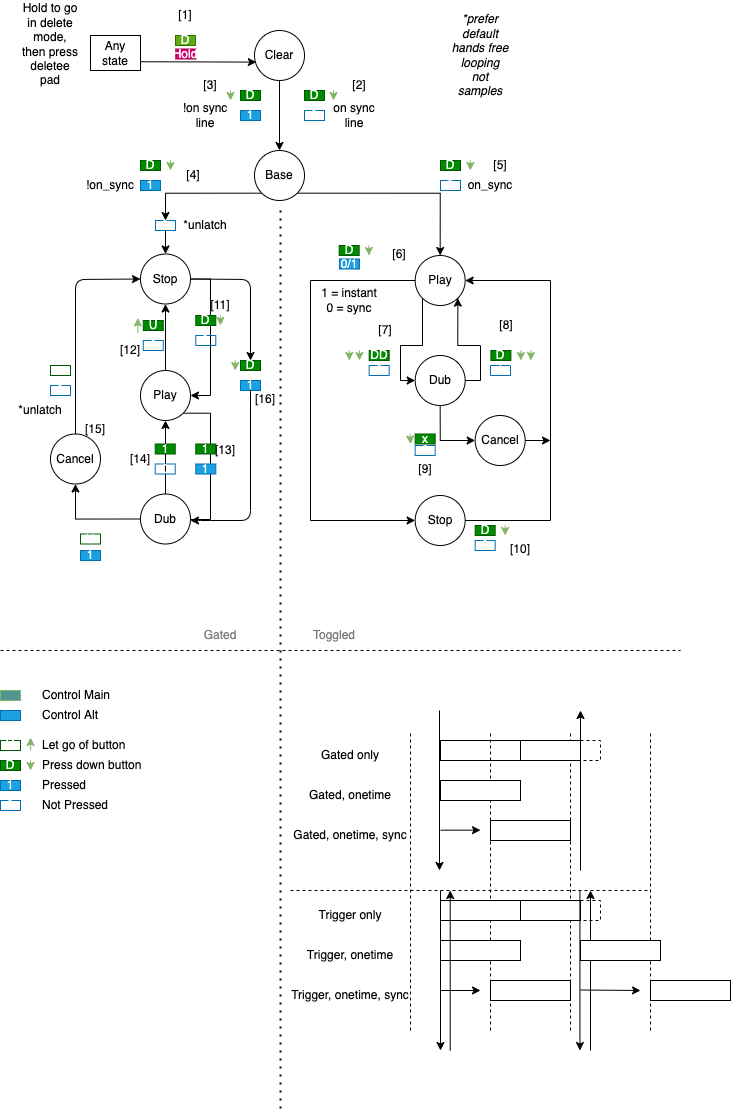
Earlier version of the draw.io export minim_states.drawio.png (purewack/minim-pd). Source tidied: cells renumbered, new cells last; positions are measured from the earlier drawing's top-left corner, leaving out a move shared by most shapes.
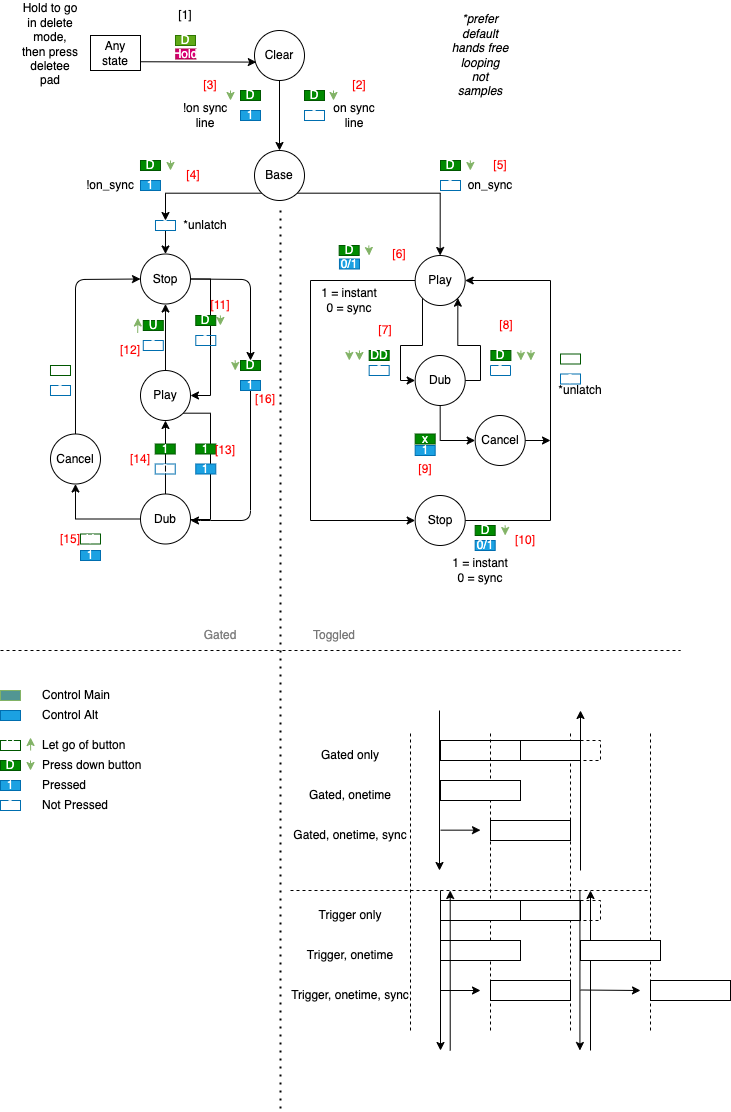
Later version of the same file.

Commit message:
[control] untested states change

What changed in the source:
```diff
@@ -165,15 +165,12 @@
     <mxCell id="40" value="DD" style="rounded=0;whiteSpace=wrap;html=1;fillColor=#008a00;strokeColor=#005700;fontColor=#ffffff;" parent="1" vertex="1">
       <mxGeometry x="368.7" y="350" width="20" height="10" as="geometry" />
     </mxCell>
-    <mxCell id="41" value="1" style="rounded=0;whiteSpace=wrap;html=1;fillColor=none;strokeColor=#006EAF;fontColor=#ffffff;direction=south;" parent="1" vertex="1">
+    <mxCell id="41" value="0" style="rounded=0;whiteSpace=wrap;html=1;fillColor=none;strokeColor=#006EAF;fontColor=#ffffff;direction=south;" parent="1" vertex="1">
       <mxGeometry x="490" y="365" width="20" height="10" as="geometry" />
     </mxCell>
     <mxCell id="42" value="x" style="rounded=0;whiteSpace=wrap;html=1;fillColor=#008a00;strokeColor=#005700;fontColor=#ffffff;" parent="1" vertex="1">
       <mxGeometry x="414.7" y="433.5" width="20" height="10" as="geometry" />
     </mxCell>
-    <mxCell id="43" value="0" style="rounded=0;whiteSpace=wrap;html=1;fillColor=none;strokeColor=#006EAF;fontColor=#ffffff;" parent="1" vertex="1">
-      <mxGeometry x="474.7" y="540" width="20" height="10" as="geometry" />
-    </mxCell>
     <mxCell id="44" value="D" style="rounded=0;whiteSpace=wrap;html=1;fillColor=#008a00;strokeColor=#005700;fontColor=#ffffff;" parent="1" vertex="1">
       <mxGeometry x="474.7" y="525" width="20" height="10" as="geometry" />
     </mxCell>
@@ -212,7 +209,7 @@
     <mxCell id="54" value="D" style="rounded=0;whiteSpace=wrap;html=1;fillColor=#008a00;strokeColor=#005700;fontColor=#ffffff;" parent="1" vertex="1">
       <mxGeometry x="440" y="160" width="20" height="10" as="geometry" />
     </mxCell>
-    <mxCell id="55" value="0" style="rounded=0;whiteSpace=wrap;html=1;fillColor=none;strokeColor=#006EAF;fontColor=#ffffff;" parent="1" vertex="1">
+    <mxCell id="55" value="1" style="rounded=0;whiteSpace=wrap;html=1;fillColor=#1ba1e2;strokeColor=#006EAF;fontColor=#ffffff;" parent="1" vertex="1">
       <mxGeometry x="414.7" y="445" width="20" height="10" as="geometry" />
     </mxCell>
     <mxCell id="56" value="1" style="rounded=0;whiteSpace=wrap;html=1;fillColor=#1ba1e2;strokeColor=#006EAF;fontColor=#ffffff;" parent="1" vertex="1">
@@ -434,15 +431,6 @@
     <mxCell id="109" value="Not Pressed" style="text;html=1;strokeColor=none;fillColor=none;align=left;verticalAlign=middle;whiteSpace=wrap;rounded=0;" parent="1" vertex="1">
       <mxGeometry x="39.8" y="790" width="110" height="30" as="geometry" />
     </mxCell>
-    <mxCell id="110" style="endArrow=classic;html=1;rounded=0;fillColor=#d5e8d4;strokeColor=#82b366;" parent="1" edge="1">
-      <mxGeometry relative="1" as="geometry">
-        <mxPoint x="409.6" y="433.5" as="sourcePoint" />
-        <mxPoint x="409.6" y="443.5" as="targetPoint" />
-        <Array as="points">
-          <mxPoint x="410" y="443.5" />
-        </Array>
-      </mxGeometry>
-    </mxCell>
     <mxCell id="111" style="endArrow=classic;html=1;rounded=0;fillColor=#d5e8d4;strokeColor=#82b366;" parent="1" edge="1">
       <mxGeometry relative="1" as="geometry">
         <mxPoint x="504.7" y="525" as="sourcePoint" />
@@ -558,7 +546,7 @@
       <mxGeometry x="175" y="35" width="20" height="10" as="geometry" />
     </mxCell>
     <mxCell id="135" value="*unlatch" style="text;html=1;strokeColor=none;fillColor=none;align=center;verticalAlign=middle;whiteSpace=wrap;rounded=0;" parent="1" vertex="1">
-      <mxGeometry x="10" y="395" width="60" height="30" as="geometry" />
+      <mxGeometry x="549.7" y="375" width="60" height="30" as="geometry" />
     </mxCell>
     <mxCell id="136" style="endArrow=classic;html=1;rounded=0;fillColor=#d5e8d4;strokeColor=#82b366;" parent="1" edge="1">
       <mxGeometry relative="1" as="geometry">
@@ -575,53 +563,65 @@
     <mxCell id="139" value="Hold to go in delete mode, then press deletee pad" style="text;html=1;strokeColor=none;fillColor=none;align=center;verticalAlign=middle;whiteSpace=wrap;rounded=0;" parent="1" vertex="1">
       <mxGeometry x="20" y="28.5" width="60" height="30" as="geometry" />
     </mxCell>
-    <mxCell id="140" value="[1]" style="text;html=1;strokeColor=none;fillColor=none;align=center;verticalAlign=middle;whiteSpace=wrap;rounded=0;" parent="1" vertex="1">
+    <mxCell id="140" value="[1]" style="text;html=1;align=center;verticalAlign=middle;whiteSpace=wrap;rounded=0;fontColor=default;" parent="1" vertex="1">
       <mxGeometry x="155.3" width="60" height="30" as="geometry" />
     </mxCell>
-    <mxCell id="141" value="[2]" style="text;html=1;strokeColor=none;fillColor=none;align=center;verticalAlign=middle;whiteSpace=wrap;rounded=0;" parent="1" vertex="1">
+    <mxCell id="141" value="[2]" style="text;html=1;strokeColor=none;fillColor=none;align=center;verticalAlign=middle;whiteSpace=wrap;rounded=0;fontColor=#FF0000;" parent="1" vertex="1">
       <mxGeometry x="328.7" y="70" width="60" height="30" as="geometry" />
     </mxCell>
-    <mxCell id="142" value="[3]" style="text;html=1;strokeColor=none;fillColor=none;align=center;verticalAlign=middle;whiteSpace=wrap;rounded=0;" parent="1" vertex="1">
+    <mxCell id="142" value="[3]" style="text;html=1;strokeColor=none;fillColor=none;align=center;verticalAlign=middle;whiteSpace=wrap;rounded=0;fontColor=#FF0000;" parent="1" vertex="1">
       <mxGeometry x="180" y="70" width="60" height="30" as="geometry" />
     </mxCell>
-    <mxCell id="143" value="[4]" style="text;html=1;strokeColor=none;fillColor=none;align=center;verticalAlign=middle;whiteSpace=wrap;rounded=0;" parent="1" vertex="1">
+    <mxCell id="143" value="[4]" style="text;html=1;strokeColor=none;fillColor=none;align=center;verticalAlign=middle;whiteSpace=wrap;rounded=0;fontColor=#FF0000;" parent="1" vertex="1">
       <mxGeometry x="162.8" y="160" width="60" height="30" as="geometry" />
     </mxCell>
-    <mxCell id="144" value="[5]" style="text;html=1;strokeColor=none;fillColor=none;align=center;verticalAlign=middle;whiteSpace=wrap;rounded=0;" parent="1" vertex="1">
+    <mxCell id="144" value="[5]" style="text;html=1;strokeColor=none;fillColor=none;align=center;verticalAlign=middle;whiteSpace=wrap;rounded=0;fontColor=#FF0000;" parent="1" vertex="1">
       <mxGeometry x="469.7" y="150" width="60" height="30" as="geometry" />
     </mxCell>
-    <mxCell id="145" value="[6]" style="text;html=1;strokeColor=none;fillColor=none;align=center;verticalAlign=middle;whiteSpace=wrap;rounded=0;" parent="1" vertex="1">
+    <mxCell id="145" value="[6]" style="text;html=1;strokeColor=none;fillColor=none;align=center;verticalAlign=middle;whiteSpace=wrap;rounded=0;fontColor=#FF0000;" parent="1" vertex="1">
       <mxGeometry x="368.7" y="238.5" width="60" height="30" as="geometry" />
     </mxCell>
-    <mxCell id="146" value="[7]" style="text;html=1;strokeColor=none;fillColor=none;align=center;verticalAlign=middle;whiteSpace=wrap;rounded=0;" parent="1" vertex="1">
+    <mxCell id="146" value="[7]" style="text;html=1;strokeColor=none;fillColor=none;align=center;verticalAlign=middle;whiteSpace=wrap;rounded=0;fontColor=#FF0000;" parent="1" vertex="1">
       <mxGeometry x="354.7" y="315" width="60" height="30" as="geometry" />
     </mxCell>
-    <mxCell id="147" value="[8]" style="text;html=1;strokeColor=none;fillColor=none;align=center;verticalAlign=middle;whiteSpace=wrap;rounded=0;" parent="1" vertex="1">
+    <mxCell id="147" value="[8]" style="text;html=1;strokeColor=none;fillColor=none;align=center;verticalAlign=middle;whiteSpace=wrap;rounded=0;fontColor=#FF0000;" parent="1" vertex="1">
       <mxGeometry x="475.7" y="310" width="60" height="30" as="geometry" />
     </mxCell>
-    <mxCell id="148" value="[9]" style="text;html=1;strokeColor=none;fillColor=none;align=center;verticalAlign=middle;whiteSpace=wrap;rounded=0;" parent="1" vertex="1">
+    <mxCell id="148" value="[9]" style="text;html=1;strokeColor=none;fillColor=none;align=center;verticalAlign=middle;whiteSpace=wrap;rounded=0;fontColor=#FF0000;" parent="1" vertex="1">
       <mxGeometry x="394.7" y="453.5" width="60" height="30" as="geometry" />
     </mxCell>
-    <mxCell id="149" value="[10]" style="text;html=1;strokeColor=none;fillColor=none;align=center;verticalAlign=middle;whiteSpace=wrap;rounded=0;" parent="1" vertex="1">
-      <mxGeometry x="490" y="533.5" width="60" height="30" as="geometry" />
+    <mxCell id="149" value="[10]" style="text;html=1;strokeColor=none;fillColor=none;align=center;verticalAlign=middle;whiteSpace=wrap;rounded=0;fontColor=#FF0000;" parent="1" vertex="1">
+      <mxGeometry x="494.7" y="525" width="60" height="30" as="geometry" />
     </mxCell>
-    <mxCell id="150" value="[11]" style="text;html=1;strokeColor=none;fillColor=none;align=center;verticalAlign=middle;whiteSpace=wrap;rounded=0;" parent="1" vertex="1">
+    <mxCell id="150" value="[11]" style="text;html=1;strokeColor=none;fillColor=none;align=center;verticalAlign=middle;whiteSpace=wrap;rounded=0;fontColor=#FF0000;" parent="1" vertex="1">
       <mxGeometry x="190" y="290" width="60" height="30" as="geometry" />
     </mxCell>
-    <mxCell id="151" value="[12]" style="text;html=1;strokeColor=none;fillColor=none;align=center;verticalAlign=middle;whiteSpace=wrap;rounded=0;" parent="1" vertex="1">
+    <mxCell id="151" value="[12]" style="text;html=1;strokeColor=none;fillColor=none;align=center;verticalAlign=middle;whiteSpace=wrap;rounded=0;fontColor=#FF0000;" parent="1" vertex="1">
       <mxGeometry x="100" y="335" width="60" height="30" as="geometry" />
     </mxCell>
-    <mxCell id="152" value="[13]" style="text;html=1;strokeColor=none;fillColor=none;align=center;verticalAlign=middle;whiteSpace=wrap;rounded=0;" parent="1" vertex="1">
+    <mxCell id="152" value="[13]" style="text;html=1;strokeColor=none;fillColor=none;align=center;verticalAlign=middle;whiteSpace=wrap;rounded=0;fontColor=#FF0000;" parent="1" vertex="1">
       <mxGeometry x="195.3" y="435" width="60" height="30" as="geometry" />
     </mxCell>
-    <mxCell id="153" value="[14]" style="text;html=1;strokeColor=none;fillColor=none;align=center;verticalAlign=middle;whiteSpace=wrap;rounded=0;" parent="1" vertex="1">
+    <mxCell id="153" value="[14]" style="text;html=1;strokeColor=none;fillColor=none;align=center;verticalAlign=middle;whiteSpace=wrap;rounded=0;labelBackgroundColor=none;fontColor=#FF0000;" parent="1" vertex="1">
       <mxGeometry x="110" y="443.5" width="60" height="30" as="geometry" />
     </mxCell>
-    <mxCell id="154" value="[15]" style="text;html=1;strokeColor=none;fillColor=none;align=center;verticalAlign=middle;whiteSpace=wrap;rounded=0;" parent="1" vertex="1">
-      <mxGeometry x="65" y="413.5" width="60" height="30" as="geometry" />
+    <mxCell id="154" value="[15]" style="text;html=1;strokeColor=none;fillColor=none;align=center;verticalAlign=middle;whiteSpace=wrap;rounded=0;fontColor=#FF0000;" parent="1" vertex="1">
+      <mxGeometry x="39.8" y="523.5" width="60" height="30" as="geometry" />
     </mxCell>
-    <mxCell id="155" value="[16]" style="text;html=1;strokeColor=none;fillColor=none;align=center;verticalAlign=middle;whiteSpace=wrap;rounded=0;" parent="1" vertex="1">
+    <mxCell id="155" value="[16]" style="text;html=1;strokeColor=none;fillColor=none;align=center;verticalAlign=middle;whiteSpace=wrap;rounded=0;fontColor=#FF0000;" parent="1" vertex="1">
       <mxGeometry x="235.3" y="383.5" width="60" height="30" as="geometry" />
     </mxCell>
+    <mxCell id="156" value="0/1" style="rounded=0;whiteSpace=wrap;html=1;fillColor=#1ba1e2;strokeColor=#006EAF;fontColor=#ffffff;" parent="1" vertex="1">
+      <mxGeometry x="474.7" y="540" width="20" height="10" as="geometry" />
+    </mxCell>
+    <mxCell id="157" value="1 = instant&lt;br&gt;0 = sync" style="text;html=1;strokeColor=none;fillColor=none;align=center;verticalAlign=middle;whiteSpace=wrap;rounded=0;" parent="1" vertex="1">
+      <mxGeometry x="450" y="555" width="60" height="30" as="geometry" />
+    </mxCell>
+    <mxCell id="43" value="0" style="rounded=0;whiteSpace=wrap;html=1;fillColor=none;strokeColor=#006EAF;fontColor=#ffffff;" parent="1" vertex="1">
+      <mxGeometry x="560" y="373.5" width="20" height="10" as="geometry" />
+    </mxCell>
+    <mxCell id="158" style="rounded=0;whiteSpace=wrap;html=1;fillColor=none;strokeColor=#005700;fontColor=#ffffff;" parent="1" vertex="1">
+      <mxGeometry x="560" y="353.5" width="20" height="10" as="geometry" />
+    </mxCell>
   </root>
 </mxGraphModel>
```
